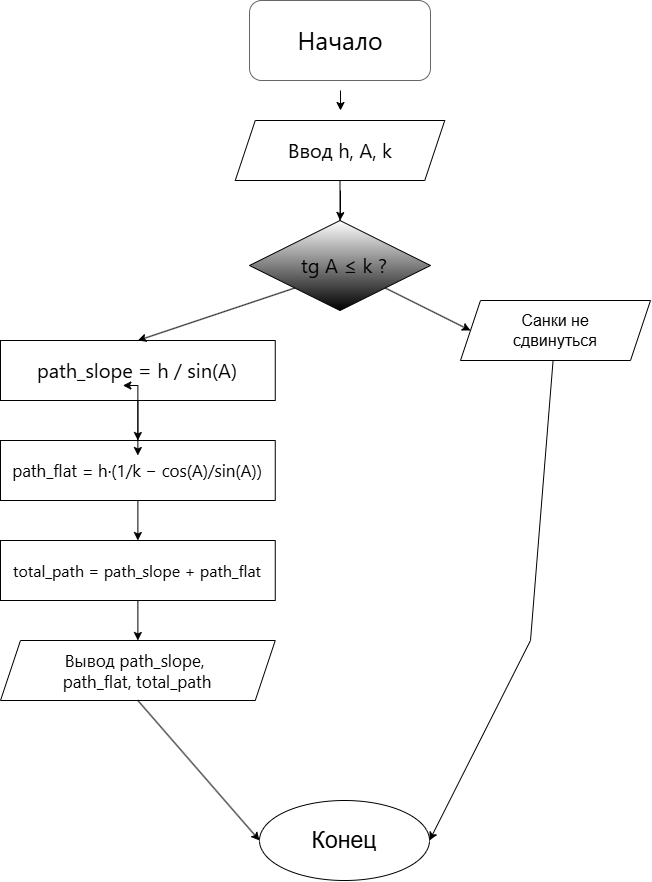
The draw.io diagram Lab2 Diag.drawio.png in zxcserkkk/Lab2Korenev, before a commit. Source tidied: cells renumbered, new cells last; positions are measured from the earlier drawing's top-left corner, leaving out a move shared by most shapes.
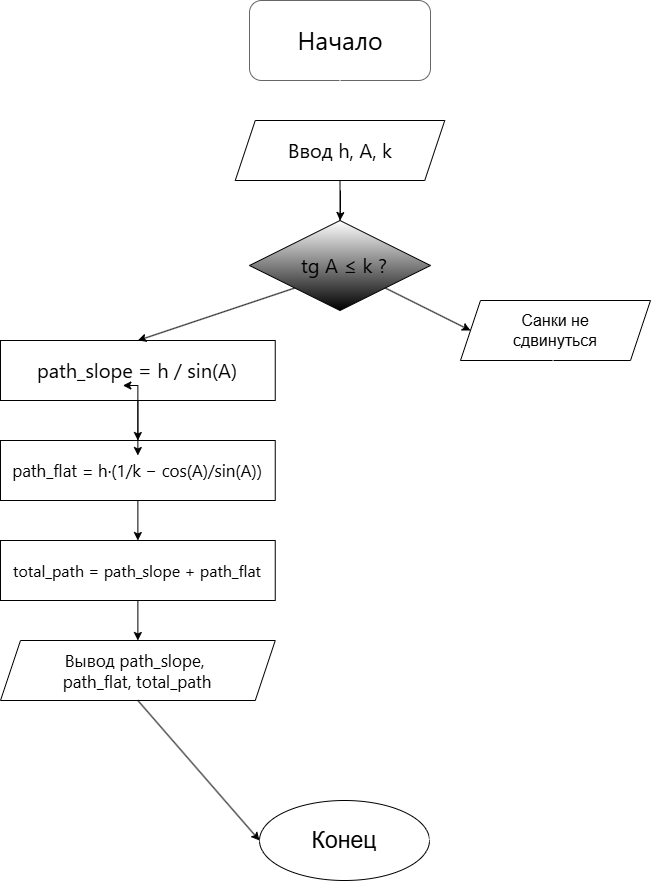
Above is the later version.

Diff of the diagram source:
```diff
@@ -32,11 +32,8 @@
     <mxCell id="11" style="ellipse;whiteSpace=wrap;html=1;shapeInside=1;fillColor=light-dark(#FFFFFF,#FFFFFF);" parent="1" vertex="1">
       <mxGeometry x="259" y="800" width="170" height="80" as="geometry" />
     </mxCell>
-    <mxCell id="12" style="endArrow=classic;html=1;rounded=0;labelBackgroundColor=light-dark(#FFFFFF,#FFFFFF);" parent="1" edge="1">
-      <mxGeometry x="0.74" relative="1" as="geometry">
-        <mxPoint x="340" y="90" as="sourcePoint" />
-        <mxPoint x="340" y="110" as="targetPoint" />
-      </mxGeometry>
+    <mxCell id="12" style="endArrow=classic;html=1;rounded=0;labelBackgroundColor=light-dark(#FFFFFF,#FFFFFF);exitX=0.5;exitY=1;exitDx=0;exitDy=0;entryX=0.5;entryY=0;entryDx=0;entryDy=0;fillColor=#f5f5f5;strokeColor=light-dark(#FFFFFF,#FFFFFF);" parent="1" edge="1" source="2" target="3">
+      <mxGeometry x="0.35" relative="1" as="geometry" />
     </mxCell>
     <mxCell id="13" style="endArrow=classic;html=1;rounded=0;entryX=0.5;entryY=0;entryDx=0;entryDy=0;labelBackgroundColor=light-dark(#FFFFFF,#FFFFFF);" parent="1" edge="1" target="5">
       <mxGeometry relative="1" as="geometry">
@@ -64,7 +61,7 @@
     <mxCell id="19" style="endArrow=classic;html=1;rounded=0;entryX=0;entryY=0.5;entryDx=0;entryDy=0;exitX=0.5;exitY=1;exitDx=0;exitDy=0;labelBackgroundColor=light-dark(#FFFFFF,#FFFFFF);" parent="1" edge="1" source="10" target="11">
       <mxGeometry relative="1" as="geometry" />
     </mxCell>
-    <mxCell id="20" style="endArrow=classic;html=1;rounded=0;entryX=1;entryY=0.5;entryDx=0;entryDy=0;labelBackgroundColor=light-dark(#FFFFFF,#FFFFFF);" parent="1" edge="1" source="6" target="11">
+    <mxCell id="20" style="endArrow=classic;html=1;rounded=0;entryX=1;entryY=0.5;entryDx=0;entryDy=0;labelBackgroundColor=light-dark(#FFFFFF,#FFFFFF);fillColor=#f5f5f5;strokeColor=light-dark(#FFFFFF,#FFFFFF);" parent="1" edge="1" source="6" target="11">
       <mxGeometry relative="1" as="geometry">
         <Array as="points">
           <mxPoint x="530" y="640" />
```
